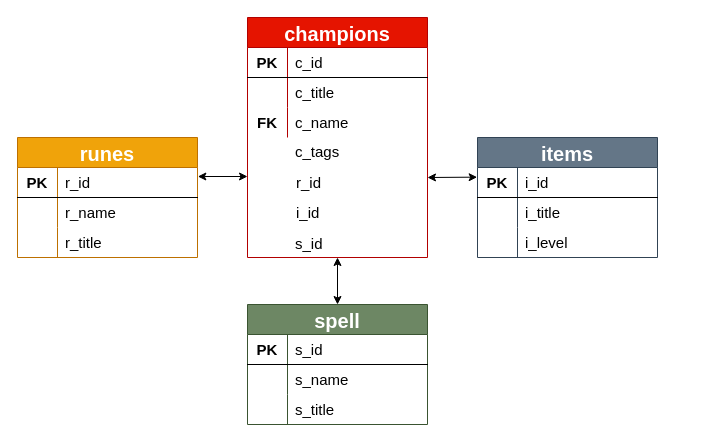
Above: Main_Project/diagram/project_lol.drawio in sujeong-jang-creator/JSJB_MiniProject (draw.io), before the change. Source tidied: cells renumbered, new cells numbered last; positions are measured from the earlier drawing's top-left corner, leaving out a move shared by most shapes. Both pictures are drawn from the tidied source at 100%, with x=0, y=0 at pixel (17, 17).
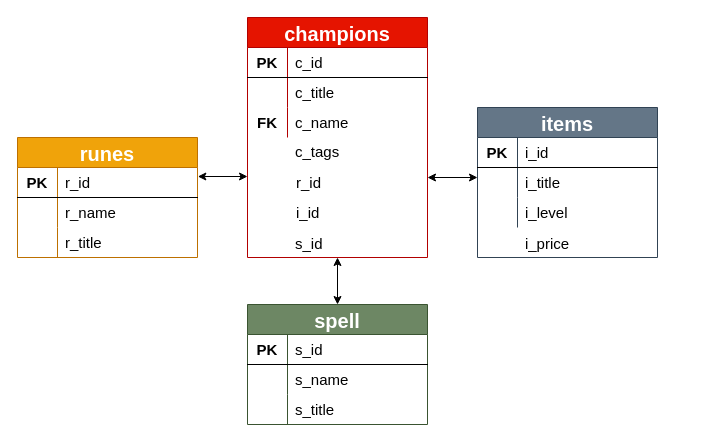
Above is the later version.

The change refers to these unchanged cells:
```xml
<mxCell id="3" style="shape=partialRectangle;html=1;whiteSpace=wrap;fillColor=none;top=0;left=0;bottom=1;right=0;points=[[0,0.5],[1,0.5]];portConstraint=eastwest;" parent="2" vertex="1">
  <mxGeometry y="30" width="180" height="30" as="geometry" />
</mxCell>
```

Diff of the diagram source:
```diff
@@
     <mxCell id="2" value="items" style="shape=table;startSize=30;childLayout=tableLayout;rowLines=0;fontStyle=1;align=center;fontSize=20;fillColor=#647687;strokeColor=#314354;fontColor=#ffffff;" parent="1" vertex="1">
-      <mxGeometry x="460" y="120" width="180" height="120" as="geometry" />
+      <mxGeometry x="460" y="90" width="180" height="150" as="geometry" />
     </mxCell>
@@
     <mxCell id="13" style="shape=partialRectangle;html=1;whiteSpace=wrap;fillColor=none;top=0;left=0;bottom=0;right=0;" parent="1" vertex="1">
-      <mxGeometry x="490" y="160" width="180" height="30" as="geometry" />
+      <mxGeometry x="490" y="170" width="180" height="30" as="geometry" />
     </mxCell>
@@
-    <mxCell id="61" style="endArrow=classic;startArrow=classic;html=1;fontSize=20;fontColor=#FFFFFF;entryX=-0.002;entryY=0.322;entryDx=0;entryDy=0;entryPerimeter=0;" parent="1" edge="1" target="3">
+    <mxCell id="61" style="endArrow=classic;startArrow=classic;html=1;fontSize=20;fontColor=#FFFFFF;" parent="1" edge="1">
       <mxGeometry relative="1" as="geometry">
         <mxPoint x="410" y="160" as="sourcePoint" />
+        <mxPoint x="460" y="160" as="targetPoint" />
       </mxGeometry>
     </mxCell>
@@
+    <mxCell id="64" value="&lt;font style=&quot;font-size: 15px&quot;&gt;i_price&lt;/font&gt;" style="text;html=1;strokeColor=none;fillColor=none;align=center;verticalAlign=middle;whiteSpace=wrap;rounded=0;" parent="1" vertex="1">
+      <mxGeometry x="510" y="216" width="40" height="20" as="geometry" />
+    </mxCell>
```
